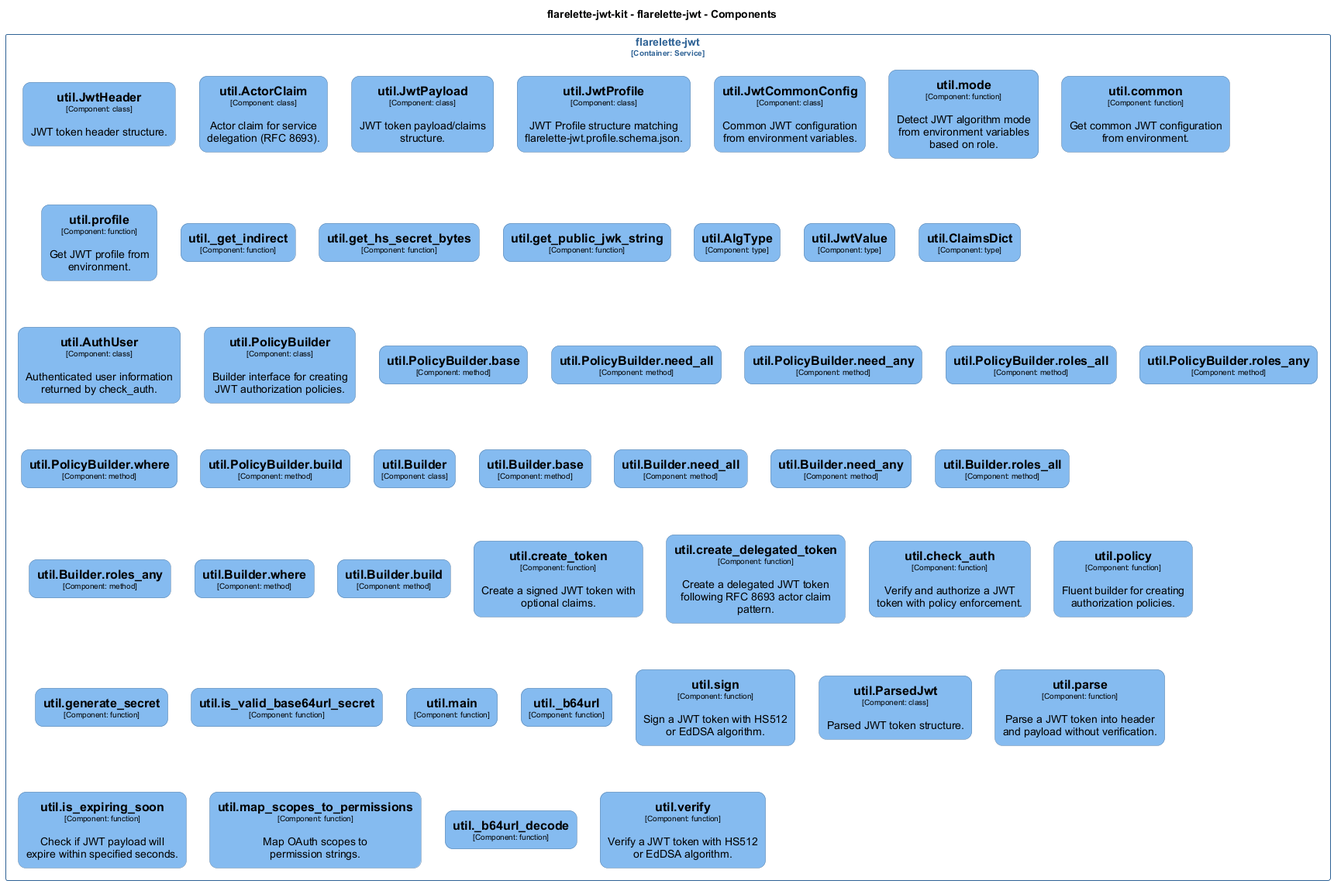
Earlier version of the PlantUML export docs/architecture/diagrams/structurizr-Classes_flarelette_jwt__util.png (chrislyons-dev/flarelette-jwt-kit).
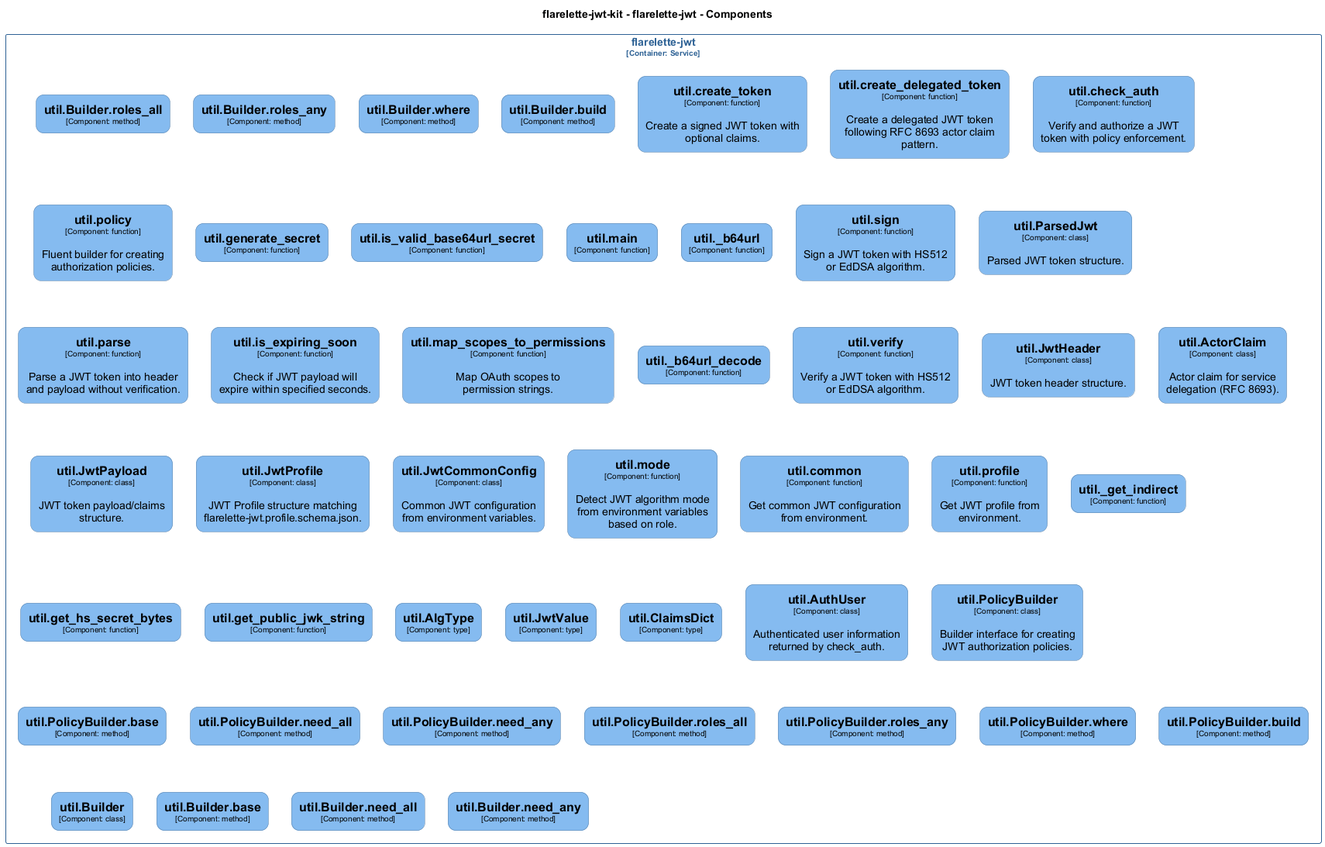
Later version of the same file.

Change to the diagram source:
```diff
@@ -345,6 +345,25 @@
 }
 
 rectangle "flarelette-jwt\n<size:10>[Container: Service]</size>" <<flarelettejwtkit.flarelettejwt>> {
+  rectangle "==util.Builder.roles_all\n<size:10>[Component: method]</size>" <<flarelettejwtkit.flarelettejwt.utilBuilderroles_all>> as flarelettejwtkit.flarelettejwt.utilBuilderroles_all
+  rectangle "==util.Builder.roles_any\n<size:10>[Component: method]</size>" <<flarelettejwtkit.flarelettejwt.utilBuilderroles_any>> as flarelettejwtkit.flarelettejwt.utilBuilderroles_any
+  rectangle "==util.Builder.where\n<size:10>[Component: method]</size>" <<flarelettejwtkit.flarelettejwt.utilBuilderwhere>> as flarelettejwtkit.flarelettejwt.utilBuilderwhere
+  rectangle "==util.Builder.build\n<size:10>[Component: method]</size>" <<flarelettejwtkit.flarelettejwt.utilBuilderbuild>> as flarelettejwtkit.flarelettejwt.utilBuilderbuild
+  rectangle "==util.create_token\n<size:10>[Component: function]</size>\n\nCreate a signed JWT token with optional claims." <<flarelettejwtkit.flarelettejwt.utilcreate_token>> as flarelettejwtkit.flarelettejwt.utilcreate_token
+  rectangle "==util.create_delegated_token\n<size:10>[Component: function]</size>\n\nCreate a delegated JWT token following RFC 8693 actor claim pattern." <<flarelettejwtkit.flarelettejwt.utilcreate_delegated_token>> as flarelettejwtkit.flarelettejwt.utilcreate_delegated_token
+  rectangle "==util.check_auth\n<size:10>[Component: function]</size>\n\nVerify and authorize a JWT token with policy enforcement." <<flarelettejwtkit.flarelettejwt.utilcheck_auth>> as flarelettejwtkit.flarelettejwt.utilcheck_auth
+  rectangle "==util.policy\n<size:10>[Component: function]</size>\n\nFluent builder for creating authorization policies." <<flarelettejwtkit.flarelettejwt.utilpolicy>> as flarelettejwtkit.flarelettejwt.utilpolicy
+  rectangle "==util.generate_secret\n<size:10>[Component: function]</size>" <<flarelettejwtkit.flarelettejwt.utilgenerate_secret>> as flarelettejwtkit.flarelettejwt.utilgenerate_secret
+  rectangle "==util.is_valid_base64url_secret\n<size:10>[Component: function]</size>" <<flarelettejwtkit.flarelettejwt.utilis_valid_base64url_secret>> as flarelettejwtkit.flarelettejwt.utilis_valid_base64url_secret
+  rectangle "==util.main\n<size:10>[Component: function]</size>" <<flarelettejwtkit.flarelettejwt.utilmain>> as flarelettejwtkit.flarelettejwt.utilmain
+  rectangle "==util._b64url\n<size:10>[Component: function]</size>" <<flarelettejwtkit.flarelettejwt.util_b64url>> as flarelettejwtkit.flarelettejwt.util_b64url
+  rectangle "==util.sign\n<size:10>[Component: function]</size>\n\nSign a JWT token with HS512 or EdDSA algorithm." <<flarelettejwtkit.flarelettejwt.utilsign>> as flarelettejwtkit.flarelettejwt.utilsign
+  rectangle "==util.ParsedJwt\n<size:10>[Component: class]</size>\n\nParsed JWT token structure." <<flarelettejwtkit.flarelettejwt.utilParsedJwt>> as flarelettejwtkit.flarelettejwt.utilParsedJwt
+  rectangle "==util.parse\n<size:10>[Component: function]</size>\n\nParse a JWT token into header and payload without verification." <<flarelettejwtkit.flarelettejwt.utilparse>> as flarelettejwtkit.flarelettejwt.utilparse
+  rectangle "==util.is_expiring_soon\n<size:10>[Component: function]</size>\n\nCheck if JWT payload will expire within specified seconds." <<flarelettejwtkit.flarelettejwt.utilis_expiring_soon>> as flarelettejwtkit.flarelettejwt.utilis_expiring_soon
+  rectangle "==util.map_scopes_to_permissions\n<size:10>[Component: function]</size>\n\nMap OAuth scopes to permission strings." <<flarelettejwtkit.flarelettejwt.utilmap_scopes_to_permissions>> as flarelettejwtkit.flarelettejwt.utilmap_scopes_to_permissions
+  rectangle "==util._b64url_decode\n<size:10>[Component: function]</size>" <<flarelettejwtkit.flarelettejwt.util_b64url_decode>> as flarelettejwtkit.flarelettejwt.util_b64url_decode
+  rectangle "==util.verify\n<size:10>[Component: function]</size>\n\nVerify a JWT token with HS512 or EdDSA algorithm." <<flarelettejwtkit.flarelettejwt.utilverify>> as flarelettejwtkit.flarelettejwt.utilverify
   rectangle "==util.JwtHeader\n<size:10>[Component: class]</size>\n\nJWT token header structure." <<flarelettejwtkit.flarelettejwt.utilJwtHeader>> as flarelettejwtkit.flarelettejwt.utilJwtHeader
   rectangle "==util.ActorClaim\n<size:10>[Component: class]</size>\n\nActor claim for service delegation (RFC 8693)." <<flarelettejwtkit.flarelettejwt.utilActorClaim>> as flarelettejwtkit.flarelettejwt.utilActorClaim
   rectangle "==util.JwtPayload\n<size:10>[Component: class]</size>\n\nJWT token payload/claims structure." <<flarelettejwtkit.flarelettejwt.utilJwtPayload>> as flarelettejwtkit.flarelettejwt.utilJwtPayload
@@ -372,25 +391,6 @@
   rectangle "==util.Builder.base\n<size:10>[Component: method]</size>" <<flarelettejwtkit.flarelettejwt.utilBuilderbase>> as flarelettejwtkit.flarelettejwt.utilBuilderbase
   rectangle "==util.Builder.need_all\n<size:10>[Component: method]</size>" <<flarelettejwtkit.flarelettejwt.utilBuilderneed_all>> as flarelettejwtkit.flarelettejwt.utilBuilderneed_all
   rectangle "==util.Builder.need_any\n<size:10>[Component: method]</size>" <<flarelettejwtkit.flarelettejwt.utilBuilderneed_any>> as flarelettejwtkit.flarelettejwt.utilBuilderneed_any
-  rectangle "==util.Builder.roles_all\n<size:10>[Component: method]</size>" <<flarelettejwtkit.flarelettejwt.utilBuilderroles_all>> as flarelettejwtkit.flarelettejwt.utilBuilderroles_all
-  rectangle "==util.Builder.roles_any\n<size:10>[Component: method]</size>" <<flarelettejwtkit.flarelettejwt.utilBuilderroles_any>> as flarelettejwtkit.flarelettejwt.utilBuilderroles_any
-  rectangle "==util.Builder.where\n<size:10>[Component: method]</size>" <<flarelettejwtkit.flarelettejwt.utilBuilderwhere>> as flarelettejwtkit.flarelettejwt.utilBuilderwhere
-  rectangle "==util.Builder.build\n<size:10>[Component: method]</size>" <<flarelettejwtkit.flarelettejwt.utilBuilderbuild>> as flarelettejwtkit.flarelettejwt.utilBuilderbuild
-  rectangle "==util.create_token\n<size:10>[Component: function]</size>\n\nCreate a signed JWT token with optional claims." <<flarelettejwtkit.flarelettejwt.utilcreate_token>> as flarelettejwtkit.flarelettejwt.utilcreate_token
-  rectangle "==util.create_delegated_token\n<size:10>[Component: function]</size>\n\nCreate a delegated JWT token following RFC 8693 actor claim pattern." <<flarelettejwtkit.flarelettejwt.utilcreate_delegated_token>> as flarelettejwtkit.flarelettejwt.utilcreate_delegated_token
-  rectangle "==util.check_auth\n<size:10>[Component: function]</size>\n\nVerify and authorize a JWT token with policy enforcement." <<flarelettejwtkit.flarelettejwt.utilcheck_auth>> as flarelettejwtkit.flarelettejwt.utilcheck_auth
-  rectangle "==util.policy\n<size:10>[Component: function]</size>\n\nFluent builder for creating authorization policies." <<flarelettejwtkit.flarelettejwt.utilpolicy>> as flarelettejwtkit.flarelettejwt.utilpolicy
-  rectangle "==util.generate_secret\n<size:10>[Component: function]</size>" <<flarelettejwtkit.flarelettejwt.utilgenerate_secret>> as flarelettejwtkit.flarelettejwt.utilgenerate_secret
-  rectangle "==util.is_valid_base64url_secret\n<size:10>[Component: function]</size>" <<flarelettejwtkit.flarelettejwt.utilis_valid_base64url_secret>> as flarelettejwtkit.flarelettejwt.utilis_valid_base64url_secret
-  rectangle "==util.main\n<size:10>[Component: function]</size>" <<flarelettejwtkit.flarelettejwt.utilmain>> as flarelettejwtkit.flarelettejwt.utilmain
-  rectangle "==util._b64url\n<size:10>[Component: function]</size>" <<flarelettejwtkit.flarelettejwt.util_b64url>> as flarelettejwtkit.flarelettejwt.util_b64url
-  rectangle "==util.sign\n<size:10>[Component: function]</size>\n\nSign a JWT token with HS512 or EdDSA algorithm." <<flarelettejwtkit.flarelettejwt.utilsign>> as flarelettejwtkit.flarelettejwt.utilsign
-  rectangle "==util.ParsedJwt\n<size:10>[Component: class]</size>\n\nParsed JWT token structure." <<flarelettejwtkit.flarelettejwt.utilParsedJwt>> as flarelettejwtkit.flarelettejwt.utilParsedJwt
-  rectangle "==util.parse\n<size:10>[Component: function]</size>\n\nParse a JWT token into header and payload without verification." <<flarelettejwtkit.flarelettejwt.utilparse>> as flarelettejwtkit.flarelettejwt.utilparse
-  rectangle "==util.is_expiring_soon\n<size:10>[Component: function]</size>\n\nCheck if JWT payload will expire within specified seconds." <<flarelettejwtkit.flarelettejwt.utilis_expiring_soon>> as flarelettejwtkit.flarelettejwt.utilis_expiring_soon
-  rectangle "==util.map_scopes_to_permissions\n<size:10>[Component: function]</size>\n\nMap OAuth scopes to permission strings." <<flarelettejwtkit.flarelettejwt.utilmap_scopes_to_permissions>> as flarelettejwtkit.flarelettejwt.utilmap_scopes_to_permissions
-  rectangle "==util._b64url_decode\n<size:10>[Component: function]</size>" <<flarelettejwtkit.flarelettejwt.util_b64url_decode>> as flarelettejwtkit.flarelettejwt.util_b64url_decode
-  rectangle "==util.verify\n<size:10>[Component: function]</size>\n\nVerify a JWT token with HS512 or EdDSA algorithm." <<flarelettejwtkit.flarelettejwt.utilverify>> as flarelettejwtkit.flarelettejwt.utilverify
 }
 
 @enduml
```
